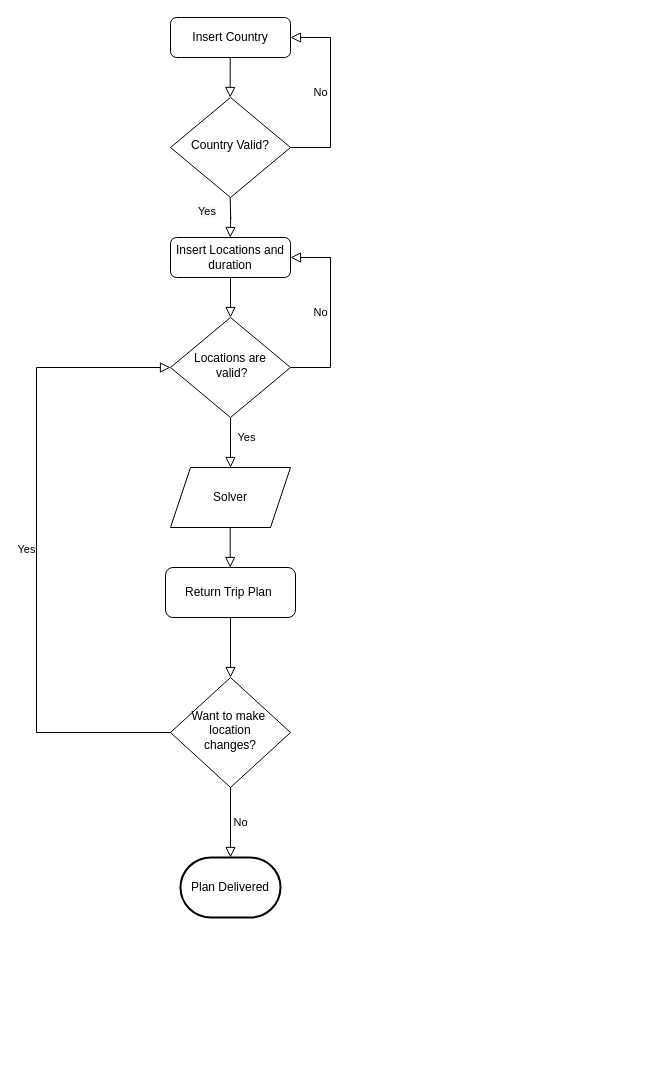
This is Activity_Diagram.drawio from AyalR-git/FinalProject, a draw.io file, before an edit. Source tidied: cells renumbered, new cells numbered last; positions are measured from the earlier drawing's top-left corner, leaving out a move shared by most shapes. Both pictures are drawn from the tidied source at 100%, with x=0, y=0 at pixel (36, 17).
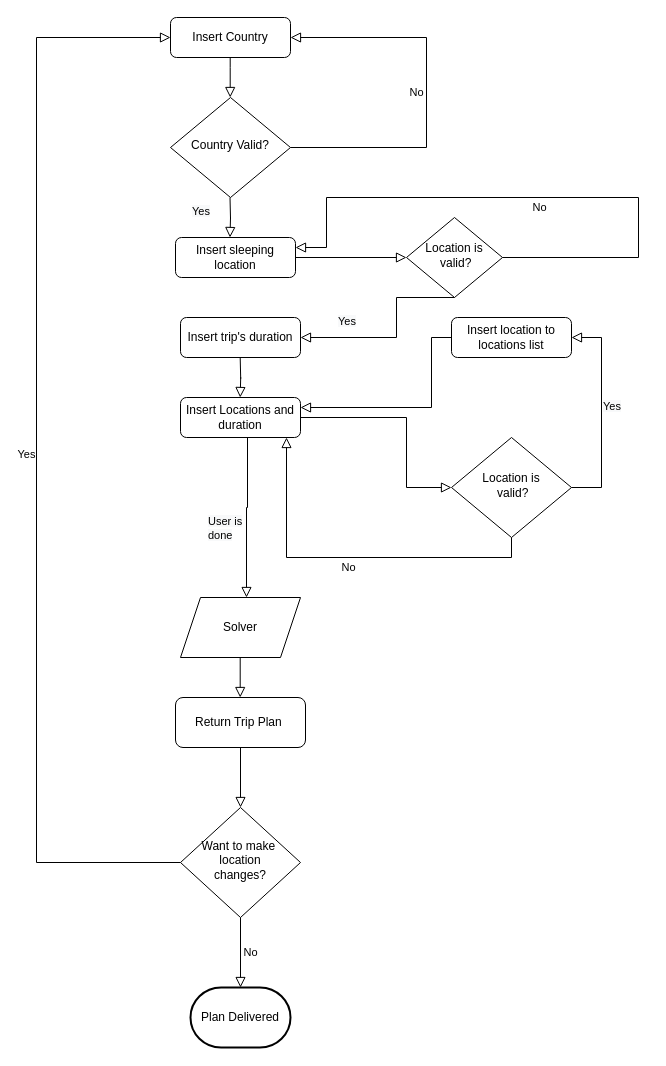
After the change.

Unchanged cells that the change refers to:
```xml
<mxCell id="15" value="Insert Country" style="rounded=1;whiteSpace=wrap;html=1;fontSize=12;glass=0;strokeWidth=1;shadow=0;fontStyle=0;" parent="1" vertex="1">
  <mxGeometry x="134" width="120" height="40" as="geometry" />
</mxCell>
```

Diff of the diagram source:
```diff
@@
-    <mxCell id="2" style="rounded=0;html=1;jettySize=auto;fontSize=11;endArrow=block;endFill=0;endSize=8;strokeWidth=1;shadow=0;labelBackgroundColor=none;edgeStyle=orthogonalEdgeStyle;" parent="1" edge="1" source="3" target="6">
-      <mxGeometry relative="1" as="geometry" />
-    </mxCell>
     <mxCell id="3" value="Insert Locations and duration" style="rounded=1;whiteSpace=wrap;html=1;fontSize=12;glass=0;strokeWidth=1;shadow=0;" parent="1" vertex="1">
-      <mxGeometry x="134" y="220" width="120" height="40" as="geometry" />
+      <mxGeometry x="144" y="380" width="120" height="40" as="geometry" />
     </mxCell>
-    <mxCell id="4" value="Yes" style="rounded=0;html=1;jettySize=auto;fontSize=11;endArrow=block;endFill=0;endSize=8;strokeWidth=1;shadow=0;labelBackgroundColor=none;edgeStyle=orthogonalEdgeStyle;entryX=0.5;entryY=0;entryDx=0;entryDy=0;" parent="1" edge="1" source="6" target="8">
-      <mxGeometry x="-0.2" y="16" relative="1" as="geometry" />
-    </mxCell>
-    <mxCell id="5" value="No" style="edgeStyle=orthogonalEdgeStyle;rounded=0;html=1;jettySize=auto;fontSize=11;endArrow=block;endFill=0;endSize=8;strokeWidth=1;shadow=0;labelBackgroundColor=none;entryX=1;entryY=0.5;entryDx=0;entryDy=0;" parent="1" edge="1" source="6" target="3">
-      <mxGeometry y="10" relative="1" as="geometry">
-        <Array as="points">
-          <mxPoint x="294" y="350" />
-          <mxPoint x="294" y="240" />
-        </Array>
-      </mxGeometry>
-    </mxCell>
-    <mxCell id="6" value="Locations are&lt;br&gt;&amp;nbsp;valid?" style="rhombus;whiteSpace=wrap;html=1;shadow=0;fontFamily=Helvetica;fontSize=12;align=center;strokeWidth=1;spacing=6;spacingTop=-4;" parent="1" vertex="1">
-      <mxGeometry x="134" y="300" width="120" height="100" as="geometry" />
+    <mxCell id="6" value="Location is&lt;br&gt;&amp;nbsp;valid?" style="rhombus;whiteSpace=wrap;html=1;shadow=0;fontFamily=Helvetica;fontSize=12;align=center;strokeWidth=1;spacing=6;spacingTop=-4;" parent="1" vertex="1">
+      <mxGeometry x="415" y="420" width="120" height="100" as="geometry" />
     </mxCell>
     <mxCell id="7" style="edgeStyle=orthogonalEdgeStyle;rounded=0;html=1;jettySize=auto;orthogonalLoop=1;fontSize=11;endArrow=block;endFill=0;endSize=8;strokeWidth=1;shadow=0;labelBackgroundColor=none;exitX=0.5;exitY=1;exitDx=0;exitDy=0;" parent="1" edge="1">
       <mxGeometry y="10" relative="1" as="geometry">
-        <mxPoint x="193.7" y="480" as="sourcePoint" />
-        <mxPoint x="193.7" y="550" as="targetPoint" />
+        <mxPoint x="203.7" y="610" as="sourcePoint" />
+        <mxPoint x="203.7" y="680" as="targetPoint" />
         <Array as="points">
-          <mxPoint x="193.7" y="540" />
+          <mxPoint x="203.7" y="670" />
         </Array>
       </mxGeometry>
     </mxCell>
     <mxCell id="8" value="Solver" style="shape=parallelogram;perimeter=parallelogramPerimeter;whiteSpace=wrap;html=1;fixedSize=1;" parent="1" vertex="1">
-      <mxGeometry x="134" y="450" width="120" height="60" as="geometry" />
+      <mxGeometry x="144" y="580" width="120" height="60" as="geometry" />
     </mxCell>
     <mxCell id="9" value="Return Trip Plan&amp;nbsp;" style="rounded=1;whiteSpace=wrap;html=1;fontSize=12;glass=0;strokeWidth=1;shadow=0;" parent="1" vertex="1">
-      <mxGeometry x="129" y="550" width="130" height="50" as="geometry" />
+      <mxGeometry x="139" y="680" width="130" height="50" as="geometry" />
     </mxCell>
     <mxCell id="10" value="Want to make&amp;nbsp;&lt;br&gt;location &lt;br&gt;changes?" style="rhombus;whiteSpace=wrap;html=1;shadow=0;fontFamily=Helvetica;fontSize=12;align=center;strokeWidth=1;spacing=6;spacingTop=-4;" parent="1" vertex="1">
-      <mxGeometry x="134" y="660" width="120" height="110" as="geometry" />
+      <mxGeometry x="144" y="790" width="120" height="110" as="geometry" />
     </mxCell>
     <mxCell id="11" style="edgeStyle=orthogonalEdgeStyle;rounded=0;html=1;jettySize=auto;fontSize=11;endArrow=block;endFill=0;endSize=8;strokeWidth=1;shadow=0;labelBackgroundColor=none;exitX=0.5;exitY=1;exitDx=0;exitDy=0;entryX=0.5;entryY=0;entryDx=0;entryDy=0;" parent="1" edge="1" source="9" target="10">
       <mxGeometry y="10" relative="1" as="geometry">
         <Array as="points">
-          <mxPoint x="194" y="660" />
-          <mxPoint x="194" y="660" />
+          <mxPoint x="204" y="790" />
+          <mxPoint x="204" y="790" />
         </Array>
       </mxGeometry>
     </mxCell>
     <mxCell id="12" value="No" style="edgeStyle=orthogonalEdgeStyle;rounded=0;html=1;jettySize=auto;fontSize=11;endArrow=block;endFill=0;endSize=8;strokeWidth=1;shadow=0;labelBackgroundColor=none;exitX=0.5;exitY=1;exitDx=0;exitDy=0;" parent="1" edge="1" source="10">
       <mxGeometry y="10" relative="1" as="geometry">
-        <mxPoint x="194" y="840" as="targetPoint" />
+        <mxPoint x="204" y="970" as="targetPoint" />
         <Array as="points">
-          <mxPoint x="194" y="840" />
+          <mxPoint x="204" y="970" />
         </Array>
       </mxGeometry>
     </mxCell>
     <mxCell id="13" value="Plan Delivered" style="strokeWidth=2;html=1;shape=mxgraph.flowchart.terminator;whiteSpace=wrap;" parent="1" vertex="1">
-      <mxGeometry x="144" y="840" width="100" height="60" as="geometry" />
+      <mxGeometry x="154" y="970" width="100" height="60" as="geometry" />
     </mxCell>
-    <mxCell id="14" value="Yes" style="edgeStyle=orthogonalEdgeStyle;rounded=0;html=1;jettySize=auto;fontSize=11;endArrow=block;endFill=0;endSize=8;strokeWidth=1;shadow=0;labelBackgroundColor=none;entryX=0;entryY=0.5;entryDx=0;entryDy=0;exitX=0;exitY=0.5;exitDx=0;exitDy=0;" parent="1" edge="1" source="10" target="6">
+    <mxCell id="14" value="Yes" style="edgeStyle=orthogonalEdgeStyle;rounded=0;html=1;jettySize=auto;fontSize=11;endArrow=block;endFill=0;endSize=8;strokeWidth=1;shadow=0;labelBackgroundColor=none;exitX=0;exitY=0.5;exitDx=0;exitDy=0;entryX=0;entryY=0.5;entryDx=0;entryDy=0;" parent="1" edge="1" source="10" target="15">
       <mxGeometry y="10" relative="1" as="geometry">
         <Array as="points">
-          <mxPoint y="715" />
-          <mxPoint y="350" />
+          <mxPoint y="845" />
+          <mxPoint y="20" />
         </Array>
       </mxGeometry>
     </mxCell>
@@
     <mxCell id="18" style="rounded=0;html=1;jettySize=auto;orthogonalLoop=1;fontSize=11;endArrow=block;endFill=0;endSize=8;strokeWidth=1;shadow=0;labelBackgroundColor=none;edgeStyle=orthogonalEdgeStyle;" parent="1" edge="1">
       <mxGeometry relative="1" as="geometry">
-        <mxPoint x="193.7" y="180" as="sourcePoint" />
-        <mxPoint x="193.7" y="220" as="targetPoint" />
+        <mxPoint x="203.7" y="340" as="sourcePoint" />
+        <mxPoint x="203.7" y="380" as="targetPoint" />
       </mxGeometry>
     </mxCell>
     <mxCell id="19" value="&lt;span style=&quot;color: rgb(0, 0, 0); font-family: helvetica; font-size: 11px; font-style: normal; font-weight: 400; letter-spacing: normal; text-align: center; text-indent: 0px; text-transform: none; word-spacing: 0px; background-color: rgb(248, 249, 250); display: inline; float: none;&quot;&gt;Yes&lt;/span&gt;" style="text;whiteSpace=wrap;html=1;" parent="1" vertex="1">
-      <mxGeometry x="160" y="180" width="40" height="30" as="geometry" />
+      <mxGeometry x="154" y="180" width="40" height="30" as="geometry" />
     </mxCell>
     <mxCell id="20" value="No" style="edgeStyle=orthogonalEdgeStyle;rounded=0;html=1;jettySize=auto;orthogonalLoop=1;fontSize=11;endArrow=block;endFill=0;endSize=8;strokeWidth=1;shadow=0;labelBackgroundColor=none;entryX=1;entryY=0.5;entryDx=0;entryDy=0;" parent="1" edge="1">
       <mxGeometry y="10" relative="1" as="geometry">
         <mxPoint x="254" y="130" as="sourcePoint" />
         <mxPoint x="254" y="20" as="targetPoint" />
         <Array as="points">
-          <mxPoint x="294" y="130" />
-          <mxPoint x="294" y="20" />
+          <mxPoint x="390" y="130" />
+          <mxPoint x="390" y="20" />
         </Array>
       </mxGeometry>
     </mxCell>
+    <mxCell id="21" style="edgeStyle=orthogonalEdgeStyle;rounded=0;html=1;jettySize=auto;fontSize=11;endArrow=block;endFill=0;endSize=8;strokeWidth=1;shadow=0;labelBackgroundColor=none;exitX=1;exitY=0.5;exitDx=0;exitDy=0;" parent="1" edge="1" source="3">
+      <mxGeometry x="-0.08" y="30" relative="1" as="geometry">
+        <mxPoint x="415" y="470" as="targetPoint" />
+        <Array as="points">
+          <mxPoint x="370" y="400" />
+          <mxPoint x="370" y="470" />
+        </Array>
+      </mxGeometry>
+    </mxCell>
+    <mxCell id="22" value="No" style="edgeStyle=orthogonalEdgeStyle;rounded=0;html=1;jettySize=auto;fontSize=11;endArrow=block;endFill=0;endSize=8;strokeWidth=1;shadow=0;labelBackgroundColor=none;exitX=0.5;exitY=1;exitDx=0;exitDy=0;" parent="1" edge="1" source="6">
+      <mxGeometry y="10" relative="1" as="geometry">
+        <mxPoint x="250" y="420" as="targetPoint" />
+        <Array as="points">
+          <mxPoint x="475" y="540" />
+          <mxPoint x="250" y="540" />
+          <mxPoint x="250" y="420" />
+        </Array>
+      </mxGeometry>
+    </mxCell>
+    <mxCell id="23" value="Insert trip's duration" style="rounded=1;whiteSpace=wrap;html=1;fontSize=12;glass=0;strokeWidth=1;shadow=0;" parent="1" vertex="1">
+      <mxGeometry x="144" y="300" width="120" height="40" as="geometry" />
+    </mxCell>
+    <mxCell id="24" style="rounded=0;html=1;jettySize=auto;fontSize=11;endArrow=block;endFill=0;endSize=8;strokeWidth=1;shadow=0;labelBackgroundColor=none;edgeStyle=orthogonalEdgeStyle;exitX=1;exitY=0.5;exitDx=0;exitDy=0;" parent="1" edge="1" source="29">
+      <mxGeometry relative="1" as="geometry">
+        <mxPoint x="370" y="240" as="targetPoint" />
+      </mxGeometry>
+    </mxCell>
+    <mxCell id="25" value="&lt;span style=&quot;color: rgb(0, 0, 0); font-family: helvetica; font-size: 11px; font-style: normal; font-weight: 400; letter-spacing: normal; text-align: center; text-indent: 0px; text-transform: none; word-spacing: 0px; background-color: rgb(248, 249, 250); display: inline; float: none;&quot;&gt;Yes&lt;/span&gt;" style="text;whiteSpace=wrap;html=1;" parent="1" vertex="1">
+      <mxGeometry x="565" y="375" width="40" height="30" as="geometry" />
+    </mxCell>
+    <mxCell id="26" style="edgeStyle=orthogonalEdgeStyle;rounded=0;html=1;jettySize=auto;fontSize=11;endArrow=block;endFill=0;endSize=8;strokeWidth=1;shadow=0;labelBackgroundColor=none;exitX=1;exitY=0.5;exitDx=0;exitDy=0;entryX=1;entryY=0.5;entryDx=0;entryDy=0;" parent="1" edge="1" source="6" target="27">
+      <mxGeometry x="-0.08" y="30" relative="1" as="geometry">
+        <Array as="points">
+          <mxPoint x="565" y="470" />
+          <mxPoint x="565" y="320" />
+        </Array>
+      </mxGeometry>
+    </mxCell>
+    <mxCell id="27" value="Insert location to locations list" style="rounded=1;whiteSpace=wrap;html=1;fontSize=12;glass=0;strokeWidth=1;shadow=0;" parent="1" vertex="1">
+      <mxGeometry x="415" y="300" width="120" height="40" as="geometry" />
+    </mxCell>
+    <mxCell id="28" style="edgeStyle=orthogonalEdgeStyle;rounded=0;html=1;jettySize=auto;fontSize=11;endArrow=block;endFill=0;endSize=8;strokeWidth=1;shadow=0;labelBackgroundColor=none;exitX=0;exitY=0.5;exitDx=0;exitDy=0;entryX=1;entryY=0.25;entryDx=0;entryDy=0;" parent="1" edge="1" source="27" target="3">
+      <mxGeometry x="-0.08" y="30" relative="1" as="geometry">
+        <Array as="points">
+          <mxPoint x="395" y="320" />
+          <mxPoint x="395" y="390" />
+        </Array>
+      </mxGeometry>
+    </mxCell>
+    <mxCell id="29" value="Insert sleeping location" style="rounded=1;whiteSpace=wrap;html=1;fontSize=12;glass=0;strokeWidth=1;shadow=0;" parent="1" vertex="1">
+      <mxGeometry x="139" y="220" width="120" height="40" as="geometry" />
+    </mxCell>
+    <mxCell id="30" style="rounded=0;html=1;jettySize=auto;orthogonalLoop=1;fontSize=11;endArrow=block;endFill=0;endSize=8;strokeWidth=1;shadow=0;labelBackgroundColor=none;edgeStyle=orthogonalEdgeStyle;" parent="1" edge="1">
+      <mxGeometry relative="1" as="geometry">
+        <mxPoint x="193.5" y="180" as="sourcePoint" />
+        <mxPoint x="193.5" y="220" as="targetPoint" />
+      </mxGeometry>
+    </mxCell>
+    <mxCell id="31" value="Location is&lt;br&gt;&amp;nbsp;valid?" style="rhombus;whiteSpace=wrap;html=1;shadow=0;fontFamily=Helvetica;fontSize=12;align=center;strokeWidth=1;spacing=6;spacingTop=-4;" parent="1" vertex="1">
+      <mxGeometry x="370" y="200" width="96" height="80" as="geometry" />
+    </mxCell>
+    <mxCell id="32" value="No" style="edgeStyle=orthogonalEdgeStyle;rounded=0;html=1;jettySize=auto;fontSize=11;endArrow=block;endFill=0;endSize=8;strokeWidth=1;shadow=0;labelBackgroundColor=none;entryX=1;entryY=0.25;entryDx=0;entryDy=0;" parent="1" edge="1" target="29">
+      <mxGeometry y="10" relative="1" as="geometry">
+        <mxPoint x="466" y="240" as="sourcePoint" />
+        <Array as="points">
+          <mxPoint x="602" y="240" />
+          <mxPoint x="602" y="180" />
+          <mxPoint x="290" y="180" />
+          <mxPoint x="290" y="230" />
+        </Array>
+      </mxGeometry>
+    </mxCell>
+    <mxCell id="33" style="rounded=0;html=1;jettySize=auto;fontSize=11;endArrow=block;endFill=0;endSize=8;strokeWidth=1;shadow=0;labelBackgroundColor=none;edgeStyle=orthogonalEdgeStyle;exitX=0.5;exitY=1;exitDx=0;exitDy=0;entryX=1;entryY=0.5;entryDx=0;entryDy=0;" parent="1" edge="1" source="31" target="23">
+      <mxGeometry relative="1" as="geometry">
+        <Array as="points">
+          <mxPoint x="360" y="280" />
+          <mxPoint x="360" y="320" />
+        </Array>
+      </mxGeometry>
+    </mxCell>
+    <mxCell id="34" value="&lt;span style=&quot;color: rgb(0, 0, 0); font-family: helvetica; font-size: 11px; font-style: normal; font-weight: 400; letter-spacing: normal; text-align: center; text-indent: 0px; text-transform: none; word-spacing: 0px; background-color: rgb(248, 249, 250); display: inline; float: none;&quot;&gt;Yes&lt;/span&gt;" style="text;whiteSpace=wrap;html=1;" parent="1" vertex="1">
+      <mxGeometry x="300" y="290" width="40" height="30" as="geometry" />
+    </mxCell>
+    <mxCell id="35" style="edgeStyle=orthogonalEdgeStyle;rounded=0;html=1;jettySize=auto;fontSize=11;endArrow=block;endFill=0;endSize=8;strokeWidth=1;shadow=0;labelBackgroundColor=none;exitX=0;exitY=0.5;exitDx=0;exitDy=0;" parent="1" edge="1" target="8">
+      <mxGeometry x="-0.08" y="30" relative="1" as="geometry">
+        <mxPoint x="211" y="420" as="sourcePoint" />
+        <Array as="points">
+          <mxPoint x="211" y="490" />
+          <mxPoint x="210" y="490" />
+        </Array>
+      </mxGeometry>
+    </mxCell>
+    <mxCell id="36" value="&lt;span style=&quot;color: rgb(0 , 0 , 0) ; font-family: &amp;#34;helvetica&amp;#34; ; font-size: 11px ; font-style: normal ; font-weight: 400 ; letter-spacing: normal ; text-align: center ; text-indent: 0px ; text-transform: none ; word-spacing: 0px ; background-color: rgb(248 , 249 , 250) ; display: inline ; float: none&quot;&gt;User is done&lt;/span&gt;" style="text;whiteSpace=wrap;html=1;" parent="1" vertex="1">
+      <mxGeometry x="170" y="490" width="40" height="30" as="geometry" />
+    </mxCell>
```
